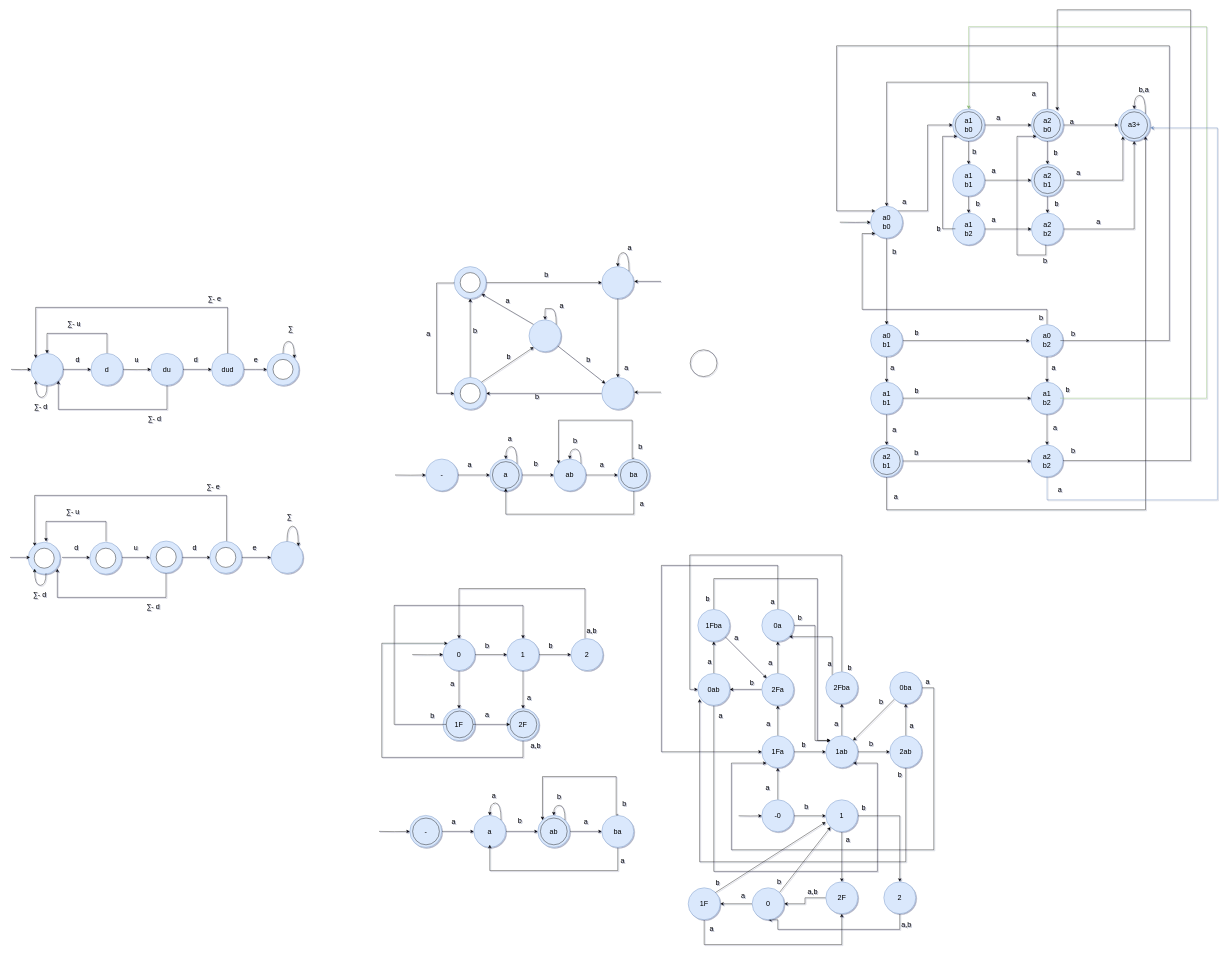
The draw.io diagram HW3/diagrams.drawio in mohsenkamini/SBU_FLA, before the edit. Source tidied: cells renumbered, new cells numbered last; positions are measured from the earlier drawing's top-left corner, leaving out a move shared by most shapes. Both pictures are drawn from the tidied source at 40%, with x=0, y=0 at pixel (10, 10).
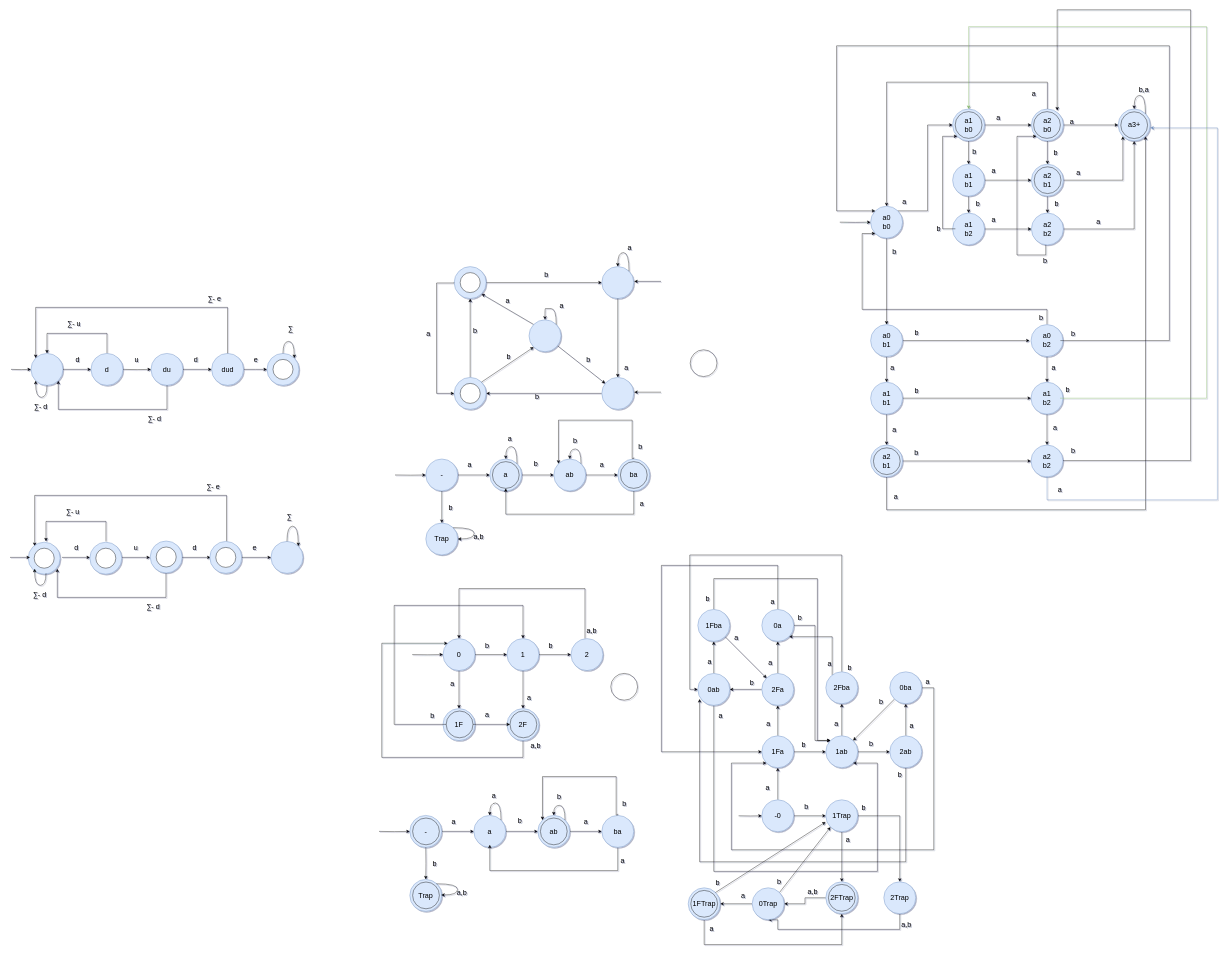
The same diagram, later.

Commit message:
good with 4.j now

Unchanged cells that the change refers to:
```xml
<mxCell id="171" value="-" style="ellipse;whiteSpace=wrap;html=1;hachureGap=4;fillColor=#dae8fc;strokeColor=#6c8ebf;rounded=0;fontSize=18;" parent="1" vertex="1">
  <mxGeometry x="1039" y="1123" width="80" height="80" as="geometry" />
</mxCell>
```

Change to the diagram source:
```diff
@@
+    <mxCell id="308" style="edgeStyle=orthogonalEdgeStyle;rounded=0;jettySize=auto;html=1;" parent="1" edge="1" source="171" target="311">
+      <mxGeometry relative="1" as="geometry" />
+    </mxCell>
@@
-    <mxCell id="246" value="1" style="ellipse;whiteSpace=wrap;html=1;hachureGap=4;fillColor=#dae8fc;strokeColor=#6c8ebf;rounded=0;fontSize=18;" parent="1" vertex="1">
+    <mxCell id="246" value="1Trap" style="ellipse;whiteSpace=wrap;html=1;hachureGap=4;fillColor=#dae8fc;strokeColor=#6c8ebf;rounded=0;fontSize=18;" parent="1" vertex="1">
       <mxGeometry x="2039" y="1975" width="80" height="80" as="geometry" />
     </mxCell>
@@
-    <mxCell id="291" value="2F" style="ellipse;whiteSpace=wrap;html=1;hachureGap=4;fillColor=#dae8fc;strokeColor=#6c8ebf;rounded=0;fontSize=18;" parent="1" vertex="1">
+    <mxCell id="291" value="2FTrap" style="ellipse;whiteSpace=wrap;html=1;hachureGap=4;fillColor=#dae8fc;strokeColor=#6c8ebf;rounded=0;fontSize=18;" parent="1" vertex="1">
       <mxGeometry x="2039" y="2180" width="80" height="80" as="geometry" />
     </mxCell>
@@
-    <mxCell id="293" value="2" style="ellipse;whiteSpace=wrap;html=1;hachureGap=4;fillColor=#dae8fc;strokeColor=#6c8ebf;rounded=0;fontSize=18;" parent="1" vertex="1">
+    <mxCell id="293" value="2Trap" style="ellipse;whiteSpace=wrap;html=1;hachureGap=4;fillColor=#dae8fc;strokeColor=#6c8ebf;rounded=0;fontSize=18;" parent="1" vertex="1">
       <mxGeometry x="2184" y="2180" width="80" height="80" as="geometry" />
     </mxCell>
@@
-    <mxCell id="298" value="0" style="ellipse;whiteSpace=wrap;html=1;hachureGap=4;fillColor=#dae8fc;strokeColor=#6c8ebf;rounded=0;fontSize=18;" parent="1" vertex="1">
+    <mxCell id="298" value="0Trap" style="ellipse;whiteSpace=wrap;html=1;hachureGap=4;fillColor=#dae8fc;strokeColor=#6c8ebf;rounded=0;fontSize=18;" parent="1" vertex="1">
       <mxGeometry x="1855" y="2195" width="80" height="80" as="geometry" />
     </mxCell>
@@
-    <mxCell id="303" value="1F" style="ellipse;whiteSpace=wrap;html=1;hachureGap=4;fillColor=#dae8fc;strokeColor=#6c8ebf;rounded=0;fontSize=18;" parent="1" vertex="1">
+    <mxCell id="303" value="1FTrap" style="ellipse;whiteSpace=wrap;html=1;hachureGap=4;fillColor=#dae8fc;strokeColor=#6c8ebf;rounded=0;fontSize=18;" parent="1" vertex="1">
       <mxGeometry x="1695" y="2195" width="80" height="80" as="geometry" />
     </mxCell>
@@
+    <mxCell id="309" style="ellipse;whiteSpace=wrap;html=1;align=center;verticalAlign=middle;fontFamily=Helvetica;fontSize=18;fontColor=default;fillColor=none;gradientColor=none;strokeColor=#000000;" parent="1" vertex="1">
+      <mxGeometry x="1701.5" y="2201.5" width="67" height="67" as="geometry" />
+    </mxCell>
+    <mxCell id="310" style="ellipse;whiteSpace=wrap;html=1;align=center;verticalAlign=middle;fontFamily=Helvetica;fontSize=18;fontColor=default;fillColor=none;gradientColor=none;strokeColor=#000000;" parent="1" vertex="1">
+      <mxGeometry x="1501.5" y="1659" width="67" height="67" as="geometry" />
+    </mxCell>
+    <mxCell id="311" value="Trap" style="ellipse;whiteSpace=wrap;html=1;hachureGap=4;fillColor=#dae8fc;strokeColor=#6c8ebf;rounded=0;fontSize=18;" parent="1" vertex="1">
+      <mxGeometry x="1039" y="1283" width="80" height="80" as="geometry" />
+    </mxCell>
+    <mxCell id="312" value="b" style="text;html=1;align=center;verticalAlign=middle;strokeColor=none;fillColor=none;fontFamily=Helvetica;fontSize=18;fontColor=default;" parent="1" vertex="1">
+      <mxGeometry x="1087" y="1228" width="28" height="34" as="geometry" />
+    </mxCell>
+    <mxCell id="313" style="edgeStyle=orthogonalEdgeStyle;rounded=0;jettySize=auto;html=1;" parent="1" edge="1" target="314">
+      <mxGeometry relative="1" as="geometry">
+        <mxPoint x="1039" y="2094" as="sourcePoint" />
+      </mxGeometry>
+    </mxCell>
+    <mxCell id="314" value="Trap" style="ellipse;whiteSpace=wrap;html=1;hachureGap=4;fillColor=#dae8fc;strokeColor=#6c8ebf;rounded=0;fontSize=18;" parent="1" vertex="1">
+      <mxGeometry x="999" y="2174" width="80" height="80" as="geometry" />
+    </mxCell>
+    <mxCell id="315" value="b" style="text;html=1;align=center;verticalAlign=middle;strokeColor=none;fillColor=none;fontFamily=Helvetica;fontSize=18;fontColor=default;" parent="1" vertex="1">
+      <mxGeometry x="1047" y="2119" width="28" height="34" as="geometry" />
+    </mxCell>
+    <mxCell id="316" style="ellipse;whiteSpace=wrap;html=1;align=center;verticalAlign=middle;fontFamily=Helvetica;fontSize=18;fontColor=default;fillColor=none;gradientColor=none;strokeColor=#000000;" parent="1" vertex="1">
+      <mxGeometry x="1006" y="2180.5" width="67" height="67" as="geometry" />
+    </mxCell>
+    <mxCell id="317" style="edgeStyle=orthogonalEdgeStyle;rounded=0;orthogonalLoop=1;jettySize=auto;html=1;exitX=1;exitY=0;exitDx=0;exitDy=0;entryX=1;entryY=0.5;entryDx=0;entryDy=0;fontFamily=Helvetica;fontSize=18;fontColor=default;curved=1;" parent="1" edge="1" source="311" target="311">
+      <mxGeometry relative="1" as="geometry">
+        <Array as="points">
+          <mxPoint x="1160" y="1295" />
+          <mxPoint x="1160" y="1323" />
+        </Array>
+      </mxGeometry>
+    </mxCell>
+    <mxCell id="318" value="a,b" style="text;html=1;align=center;verticalAlign=middle;strokeColor=none;fillColor=none;fontFamily=Helvetica;fontSize=18;fontColor=default;" parent="1" vertex="1">
+      <mxGeometry x="1149" y="1301" width="43" height="34" as="geometry" />
+    </mxCell>
+    <mxCell id="319" style="edgeStyle=orthogonalEdgeStyle;rounded=0;orthogonalLoop=1;jettySize=auto;html=1;exitX=1;exitY=0;exitDx=0;exitDy=0;entryX=1;entryY=0.5;entryDx=0;entryDy=0;fontFamily=Helvetica;fontSize=18;fontColor=default;curved=1;" parent="1" edge="1">
+      <mxGeometry relative="1" as="geometry">
+        <mxPoint x="1065.5" y="2185" as="sourcePoint" />
+        <mxPoint x="1077.5" y="2213" as="targetPoint" />
+        <Array as="points">
+          <mxPoint x="1118.5" y="2185" />
+          <mxPoint x="1118.5" y="2213" />
+        </Array>
+      </mxGeometry>
+    </mxCell>
+    <mxCell id="320" value="a,b" style="text;html=1;align=center;verticalAlign=middle;strokeColor=none;fillColor=none;fontFamily=Helvetica;fontSize=18;fontColor=default;" parent="1" vertex="1">
+      <mxGeometry x="1107.5" y="2191" width="43" height="34" as="geometry" />
+    </mxCell>
+    <mxCell id="321" style="ellipse;whiteSpace=wrap;html=1;align=center;verticalAlign=middle;fontFamily=Helvetica;fontSize=18;fontColor=default;fillColor=none;gradientColor=none;strokeColor=#000000;" parent="1" vertex="1">
+      <mxGeometry x="2045.5" y="2186.5" width="67" height="67" as="geometry" />
+    </mxCell>
```
